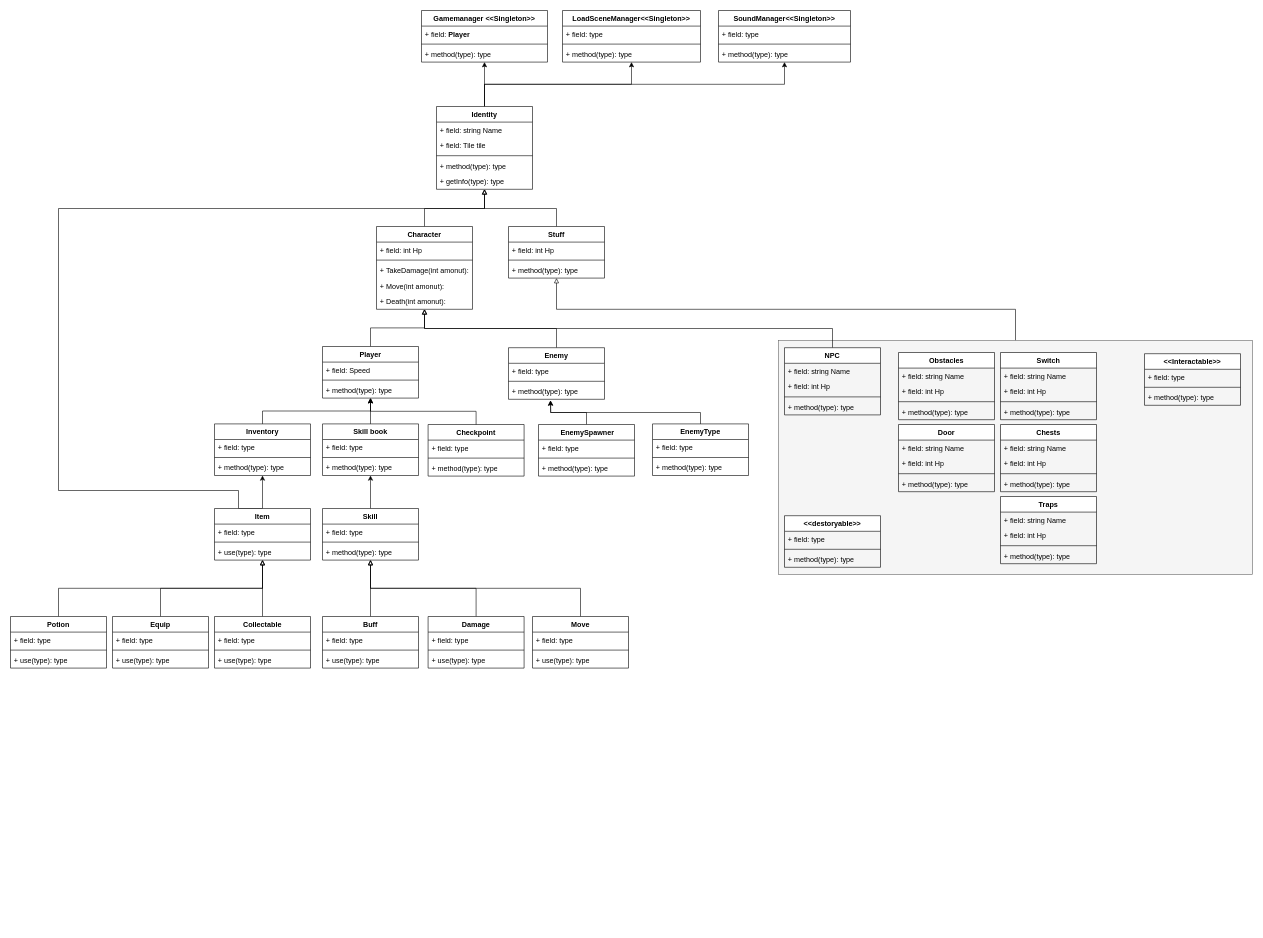
Above: MY RPG Diagram.drawio in Aeng-Dev-code/Fine-I-Am-OK-....But-you-Are-Doraemon (draw.io), before the change. Source tidied: cells renumbered, new cells numbered last; positions are measured from the earlier drawing's top-left corner, leaving out a move shared by most shapes. Both pictures are drawn from the tidied source at 60%, with x=0, y=0 at pixel (10, 10).
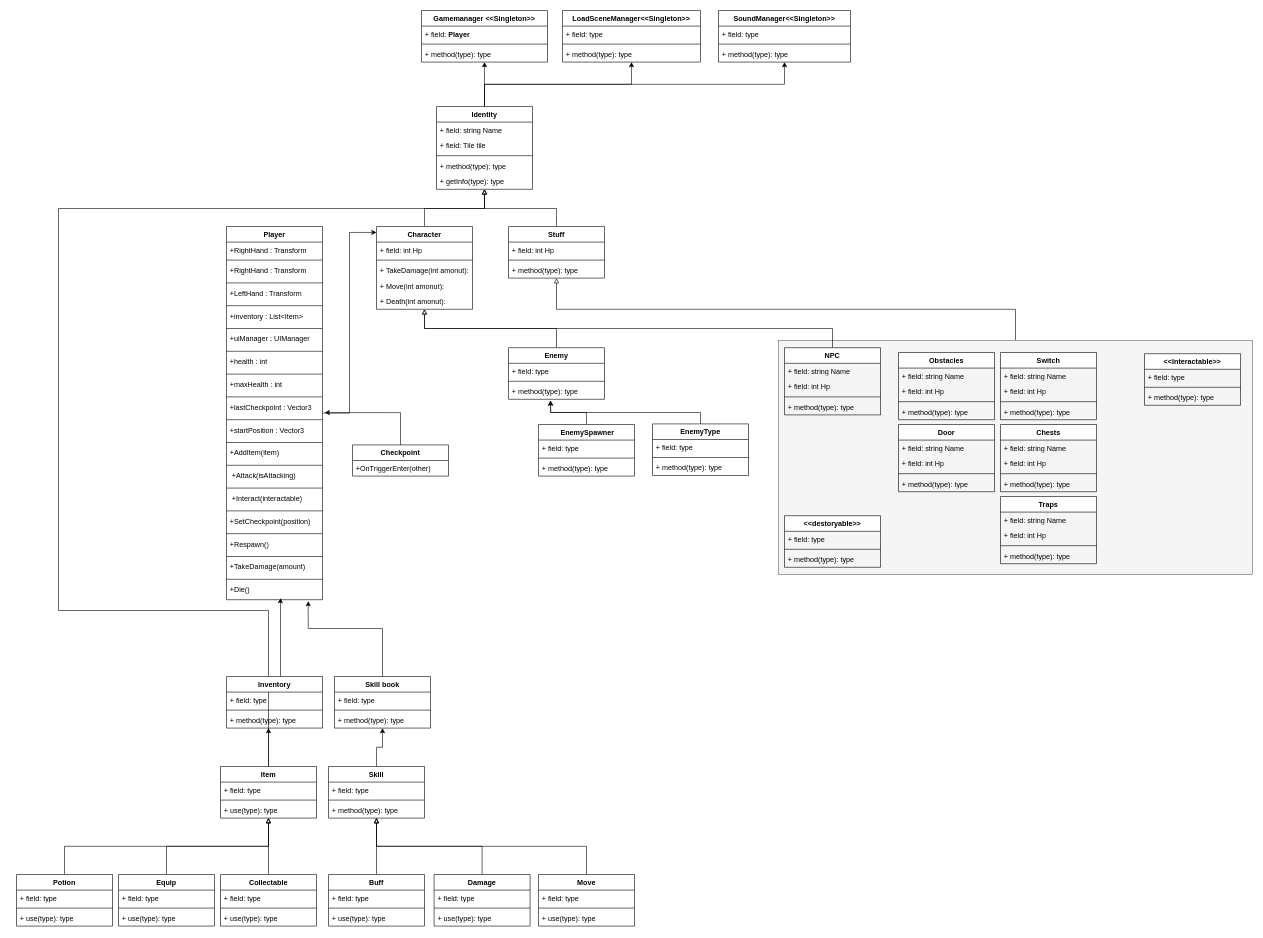
The same page after the edit.

Unchanged cells that the change refers to:
```xml
<mxCell id="15" value="Identity" style="swimlane;fontStyle=1;align=center;verticalAlign=top;horizontal=1;startSize=26;whiteSpace=wrap;html=1;" parent="1" vertex="1">
  <mxGeometry x="710" y="160" width="160" height="138" as="geometry" />
</mxCell>
<mxCell id="28" value="Character" style="swimlane;fontStyle=1;align=center;verticalAlign=top;horizontal=1;startSize=26;whiteSpace=wrap;html=1;" parent="1" vertex="1">
  <mxGeometry x="610" y="360" width="160" height="138" as="geometry" />
</mxCell>
```

The edit, as a diff of the source:
```diff
@@
-    <mxCell id="2" style="edgeStyle=orthogonalEdgeStyle;rounded=0;jettySize=auto;html=1;exitX=0.5;exitY=0;exitDx=0;exitDy=0;endArrow=block;endFill=0;" parent="1" edge="1" source="3" target="28">
-      <mxGeometry relative="1" as="geometry" />
-    </mxCell>
     <mxCell id="3" value="Player" style="swimlane;fontStyle=1;align=center;verticalAlign=top;horizontal=1;startSize=26;whiteSpace=wrap;html=1;" parent="1" vertex="1">
-      <mxGeometry x="520" y="560" width="160" height="86" as="geometry" />
+      <mxGeometry x="360" y="360" width="160" height="622" as="geometry" />
     </mxCell>
-    <mxCell id="4" value="+ field: Speed" style="text;strokeColor=none;fillColor=none;align=left;verticalAlign=top;spacingLeft=4;spacingRight=4;overflow=hidden;whiteSpace=wrap;html=1;" parent="3" vertex="1">
+    <mxCell id="4" value="+RightHand : Transform" style="text;strokeColor=none;fillColor=none;align=left;verticalAlign=top;spacingLeft=4;spacingRight=4;overflow=hidden;whiteSpace=wrap;html=1;" parent="3" vertex="1">
       <mxGeometry y="26" width="160" height="26" as="geometry" />
     </mxCell>
-    <mxCell id="5" style="line;strokeWidth=1;fillColor=none;align=left;verticalAlign=middle;spacingTop=-1;spacingLeft=3;spacingRight=3;labelPosition=right;strokeColor=inherit;" parent="3" vertex="1">
-      <mxGeometry y="52" width="160" height="8" as="geometry" />
-    </mxCell>
+    <mxCell id="153" style="line;strokeWidth=1;fillColor=none;align=left;verticalAlign=middle;spacingTop=-1;spacingLeft=3;spacingRight=3;labelPosition=right;strokeColor=inherit;" parent="3" vertex="1">
+      <mxGeometry y="52" width="160" height="8" as="geometry" />
+    </mxCell>
-    <mxCell id="6" value="+ method(type): type" style="text;strokeColor=none;fillColor=none;align=left;verticalAlign=top;spacingLeft=4;spacingRight=4;overflow=hidden;points=[[0,0.5],[1,0.5]];portConstraint=eastwest;whiteSpace=wrap;html=1;" parent="3" vertex="1">
-      <mxGeometry y="60" width="160" height="26" as="geometry" />
+    <mxCell id="6" value="&lt;div&gt;+RightHand : Transform&lt;/div&gt;&lt;div&gt;&lt;br&gt;&lt;/div&gt;" style="text;strokeColor=none;fillColor=none;align=left;verticalAlign=top;spacingLeft=4;spacingRight=4;overflow=hidden;points=[[0,0.5],[1,0.5]];portConstraint=eastwest;whiteSpace=wrap;html=1;" parent="3" vertex="1">
+      <mxGeometry y="60" width="160" height="30" as="geometry" />
     </mxCell>
+    <mxCell id="154" style="line;strokeWidth=1;fillColor=none;align=left;verticalAlign=middle;spacingTop=-1;spacingLeft=3;spacingRight=3;labelPosition=right;strokeColor=inherit;" parent="3" vertex="1">
+      <mxGeometry y="90" width="160" height="8" as="geometry" />
+    </mxCell>
+    <mxCell id="155" value="&lt;div&gt;+LeftHand : Transform&lt;/div&gt;&lt;div&gt;&lt;br&gt;&lt;/div&gt;" style="text;strokeColor=none;fillColor=none;align=left;verticalAlign=top;spacingLeft=4;spacingRight=4;overflow=hidden;whiteSpace=wrap;html=1;" parent="3" vertex="1">
+      <mxGeometry y="98" width="160" height="30" as="geometry" />
+    </mxCell>
+    <mxCell id="156" style="line;strokeWidth=1;fillColor=none;align=left;verticalAlign=middle;spacingTop=-1;spacingLeft=3;spacingRight=3;labelPosition=right;strokeColor=inherit;" parent="3" vertex="1">
+      <mxGeometry y="128" width="160" height="8" as="geometry" />
+    </mxCell>
+    <mxCell id="157" value="&lt;div&gt;+inventory : List&amp;lt;Item&amp;gt;&lt;/div&gt;&lt;div&gt;&lt;br&gt;&lt;/div&gt;" style="text;strokeColor=none;fillColor=none;align=left;verticalAlign=top;spacingLeft=4;spacingRight=4;overflow=hidden;whiteSpace=wrap;html=1;" parent="3" vertex="1">
+      <mxGeometry y="136" width="160" height="30" as="geometry" />
+    </mxCell>
+    <mxCell id="158" style="line;strokeWidth=1;fillColor=none;align=left;verticalAlign=middle;spacingTop=-1;spacingLeft=3;spacingRight=3;labelPosition=right;strokeColor=inherit;" parent="3" vertex="1">
+      <mxGeometry y="166" width="160" height="8" as="geometry" />
+    </mxCell>
+    <mxCell id="159" value="&lt;div&gt;+uiManager : UIManager&lt;/div&gt;&lt;div&gt;&lt;br&gt;&lt;/div&gt;" style="text;strokeColor=none;fillColor=none;align=left;verticalAlign=top;spacingLeft=4;spacingRight=4;overflow=hidden;whiteSpace=wrap;html=1;" parent="3" vertex="1">
+      <mxGeometry y="174" width="160" height="30" as="geometry" />
+    </mxCell>
+    <mxCell id="160" style="line;strokeWidth=1;fillColor=none;align=left;verticalAlign=middle;spacingTop=-1;spacingLeft=3;spacingRight=3;labelPosition=right;strokeColor=inherit;" parent="3" vertex="1">
+      <mxGeometry y="204" width="160" height="8" as="geometry" />
+    </mxCell>
+    <mxCell id="161" value="&lt;div&gt;+health : int&lt;/div&gt;&lt;div&gt;&lt;br&gt;&lt;/div&gt;" style="text;strokeColor=none;fillColor=none;align=left;verticalAlign=top;spacingLeft=4;spacingRight=4;overflow=hidden;whiteSpace=wrap;html=1;" parent="3" vertex="1">
+      <mxGeometry y="212" width="160" height="30" as="geometry" />
+    </mxCell>
+    <mxCell id="162" style="line;strokeWidth=1;fillColor=none;align=left;verticalAlign=middle;spacingTop=-1;spacingLeft=3;spacingRight=3;labelPosition=right;strokeColor=inherit;" parent="3" vertex="1">
+      <mxGeometry y="242" width="160" height="8" as="geometry" />
+    </mxCell>
+    <mxCell id="163" value="&lt;div&gt;+maxHealth : int&lt;/div&gt;&lt;div&gt;&lt;br&gt;&lt;/div&gt;" style="text;strokeColor=none;fillColor=none;align=left;verticalAlign=top;spacingLeft=4;spacingRight=4;overflow=hidden;whiteSpace=wrap;html=1;" parent="3" vertex="1">
+      <mxGeometry y="250" width="160" height="30" as="geometry" />
+    </mxCell>
+    <mxCell id="164" style="line;strokeWidth=1;fillColor=none;align=left;verticalAlign=middle;spacingTop=-1;spacingLeft=3;spacingRight=3;labelPosition=right;strokeColor=inherit;" parent="3" vertex="1">
+      <mxGeometry y="280" width="160" height="8" as="geometry" />
+    </mxCell>
+    <mxCell id="165" value="&lt;div&gt;+lastCheckpoint : Vector3&lt;/div&gt;&lt;div&gt;&lt;br&gt;&lt;/div&gt;" style="text;strokeColor=none;fillColor=none;align=left;verticalAlign=top;spacingLeft=4;spacingRight=4;overflow=hidden;points=[[0,0.5],[1,0.5]];portConstraint=eastwest;whiteSpace=wrap;html=1;" parent="3" vertex="1">
+      <mxGeometry y="288" width="160" height="30" as="geometry" />
+    </mxCell>
+    <mxCell id="166" style="line;strokeWidth=1;fillColor=none;align=left;verticalAlign=middle;spacingTop=-1;spacingLeft=3;spacingRight=3;labelPosition=right;strokeColor=inherit;" parent="3" vertex="1">
+      <mxGeometry y="318" width="160" height="8" as="geometry" />
+    </mxCell>
+    <mxCell id="167" value="&lt;div&gt;+startPosition : Vector3&lt;/div&gt;" style="text;strokeColor=none;fillColor=none;align=left;verticalAlign=top;spacingLeft=4;spacingRight=4;overflow=hidden;whiteSpace=wrap;html=1;" parent="3" vertex="1">
+      <mxGeometry y="326" width="160" height="30" as="geometry" />
+    </mxCell>
+    <mxCell id="168" style="line;strokeWidth=1;fillColor=none;align=left;verticalAlign=middle;spacingTop=-1;spacingLeft=3;spacingRight=3;labelPosition=right;strokeColor=inherit;" parent="3" vertex="1">
+      <mxGeometry y="356" width="160" height="8" as="geometry" />
+    </mxCell>
+    <mxCell id="169" value="&lt;div&gt;+AddItem(item)&lt;/div&gt;&lt;div&gt;&lt;br&gt;&lt;/div&gt;" style="text;strokeColor=none;fillColor=none;align=left;verticalAlign=top;spacingLeft=4;spacingRight=4;overflow=hidden;whiteSpace=wrap;html=1;" parent="3" vertex="1">
+      <mxGeometry y="364" width="160" height="30" as="geometry" />
+    </mxCell>
+    <mxCell id="170" style="line;strokeWidth=1;fillColor=none;align=left;verticalAlign=middle;spacingTop=-1;spacingLeft=3;spacingRight=3;labelPosition=right;strokeColor=inherit;" parent="3" vertex="1">
+      <mxGeometry y="394" width="160" height="8" as="geometry" />
+    </mxCell>
+    <mxCell id="171" value="&lt;div&gt;&amp;nbsp;+Attack(isAttacking)&lt;/div&gt;&lt;div&gt;&lt;br&gt;&lt;/div&gt;" style="text;strokeColor=none;fillColor=none;align=left;verticalAlign=top;spacingLeft=4;spacingRight=4;overflow=hidden;whiteSpace=wrap;html=1;" parent="3" vertex="1">
+      <mxGeometry y="402" width="160" height="30" as="geometry" />
+    </mxCell>
+    <mxCell id="172" style="line;strokeWidth=1;fillColor=none;align=left;verticalAlign=middle;spacingTop=-1;spacingLeft=3;spacingRight=3;labelPosition=right;strokeColor=inherit;" parent="3" vertex="1">
+      <mxGeometry y="432" width="160" height="8" as="geometry" />
+    </mxCell>
+    <mxCell id="173" value="&lt;div&gt;&amp;nbsp;+Interact(interactable)&lt;/div&gt;&lt;div&gt;&lt;br&gt;&lt;/div&gt;" style="text;strokeColor=none;fillColor=none;align=left;verticalAlign=top;spacingLeft=4;spacingRight=4;overflow=hidden;whiteSpace=wrap;html=1;" parent="3" vertex="1">
+      <mxGeometry y="440" width="160" height="30" as="geometry" />
+    </mxCell>
+    <mxCell id="174" style="line;strokeWidth=1;fillColor=none;align=left;verticalAlign=middle;spacingTop=-1;spacingLeft=3;spacingRight=3;labelPosition=right;strokeColor=inherit;" parent="3" vertex="1">
+      <mxGeometry y="470" width="160" height="8" as="geometry" />
+    </mxCell>
+    <mxCell id="175" value="&lt;div&gt;+SetCheckpoint(position)&lt;/div&gt;&lt;div&gt;&lt;br&gt;&lt;/div&gt;" style="text;strokeColor=none;fillColor=none;align=left;verticalAlign=top;spacingLeft=4;spacingRight=4;overflow=hidden;whiteSpace=wrap;html=1;" parent="3" vertex="1">
+      <mxGeometry y="478" width="160" height="30" as="geometry" />
+    </mxCell>
+    <mxCell id="176" style="line;strokeWidth=1;fillColor=none;align=left;verticalAlign=middle;spacingTop=-1;spacingLeft=3;spacingRight=3;labelPosition=right;strokeColor=inherit;" parent="3" vertex="1">
+      <mxGeometry y="508" width="160" height="8" as="geometry" />
+    </mxCell>
+    <mxCell id="177" value="&lt;div&gt;+Respawn()&lt;/div&gt;&lt;div&gt;&lt;br&gt;&lt;/div&gt;" style="text;strokeColor=none;fillColor=none;align=left;verticalAlign=top;spacingLeft=4;spacingRight=4;overflow=hidden;whiteSpace=wrap;html=1;" parent="3" vertex="1">
+      <mxGeometry y="516" width="160" height="30" as="geometry" />
+    </mxCell>
+    <mxCell id="178" style="line;strokeWidth=1;fillColor=none;align=left;verticalAlign=middle;spacingTop=-1;spacingLeft=3;spacingRight=3;labelPosition=right;strokeColor=inherit;" parent="3" vertex="1">
+      <mxGeometry y="546" width="160" height="8" as="geometry" />
+    </mxCell>
+    <mxCell id="179" value="&lt;div&gt;+TakeDamage(amount)&lt;/div&gt;&lt;div&gt;&lt;br&gt;&lt;/div&gt;" style="text;strokeColor=none;fillColor=none;align=left;verticalAlign=top;spacingLeft=4;spacingRight=4;overflow=hidden;whiteSpace=wrap;html=1;" parent="3" vertex="1">
+      <mxGeometry y="554" width="160" height="30" as="geometry" />
+    </mxCell>
+    <mxCell id="180" style="line;strokeWidth=1;fillColor=none;align=left;verticalAlign=middle;spacingTop=-1;spacingLeft=3;spacingRight=3;labelPosition=right;strokeColor=inherit;" parent="3" vertex="1">
+      <mxGeometry y="584" width="160" height="8" as="geometry" />
+    </mxCell>
+    <mxCell id="181" value="&lt;div&gt;+Die()&lt;/div&gt;" style="text;strokeColor=none;fillColor=none;align=left;verticalAlign=top;spacingLeft=4;spacingRight=4;overflow=hidden;points=[[0,0.5],[1,0.5]];portConstraint=eastwest;whiteSpace=wrap;html=1;" parent="3" vertex="1">
+      <mxGeometry y="592" width="160" height="30" as="geometry" />
+    </mxCell>
@@
     <mxCell id="21" style="edgeStyle=orthogonalEdgeStyle;rounded=0;jettySize=auto;html=1;exitX=0.5;exitY=0;exitDx=0;exitDy=0;" parent="1" edge="1" source="23" target="39">
-      <mxGeometry relative="1" as="geometry" />
+      <mxGeometry relative="1" as="geometry">
+        <Array as="points">
+          <mxPoint x="430" y="1110" />
+          <mxPoint x="430" y="1110" />
+        </Array>
+      </mxGeometry>
     </mxCell>
     <mxCell id="22" style="edgeStyle=orthogonalEdgeStyle;rounded=0;jettySize=auto;html=1;exitX=0.5;exitY=0;exitDx=0;exitDy=0;endArrow=block;endFill=0;" parent="1" edge="1" source="23" target="15">
       <mxGeometry relative="1" as="geometry">
         <Array as="points">
-          <mxPoint x="380" y="830" />
-          <mxPoint x="380" y="800" />
-          <mxPoint x="80" y="800" />
+          <mxPoint x="430" y="1000" />
+          <mxPoint x="80" y="1000" />
           <mxPoint x="80" y="330" />
           <mxPoint x="790" y="330" />
         </Array>
       </mxGeometry>
     </mxCell>
     <mxCell id="23" value="Item" style="swimlane;fontStyle=1;align=center;verticalAlign=top;horizontal=1;startSize=26;whiteSpace=wrap;html=1;" parent="1" vertex="1">
-      <mxGeometry x="340" y="830" width="160" height="86" as="geometry" />
+      <mxGeometry x="350" y="1260" width="160" height="86" as="geometry" />
     </mxCell>
@@
-    <mxCell id="38" style="edgeStyle=orthogonalEdgeStyle;rounded=0;jettySize=auto;html=1;exitX=0.5;exitY=0;exitDx=0;exitDy=0;" parent="1" edge="1" source="39" target="3">
-      <mxGeometry relative="1" as="geometry" />
-    </mxCell>
     <mxCell id="39" value="Inventory" style="swimlane;fontStyle=1;align=center;verticalAlign=top;horizontal=1;startSize=26;whiteSpace=wrap;html=1;" parent="1" vertex="1">
-      <mxGeometry x="340" y="689" width="160" height="86" as="geometry" />
+      <mxGeometry x="360" y="1110" width="160" height="86" as="geometry" />
     </mxCell>
@@
-    <mxCell id="43" style="edgeStyle=orthogonalEdgeStyle;rounded=0;jettySize=auto;html=1;exitX=0.5;exitY=0;exitDx=0;exitDy=0;" parent="1" edge="1" source="44" target="3">
-      <mxGeometry relative="1" as="geometry" />
-    </mxCell>
     <mxCell id="44" value="Skill book" style="swimlane;fontStyle=1;align=center;verticalAlign=top;horizontal=1;startSize=26;whiteSpace=wrap;html=1;" parent="1" vertex="1">
-      <mxGeometry x="520" y="689" width="160" height="86" as="geometry" />
+      <mxGeometry x="540" y="1110" width="160" height="86" as="geometry" />
     </mxCell>
@@
     <mxCell id="55" value="Skill" style="swimlane;fontStyle=1;align=center;verticalAlign=top;horizontal=1;startSize=26;whiteSpace=wrap;html=1;" parent="1" vertex="1">
-      <mxGeometry x="520" y="830" width="160" height="86" as="geometry" />
+      <mxGeometry x="530" y="1260" width="160" height="86" as="geometry" />
     </mxCell>
@@
     <mxCell id="69" value="Potion" style="swimlane;fontStyle=1;align=center;verticalAlign=top;horizontal=1;startSize=26;whiteSpace=wrap;html=1;" parent="1" vertex="1">
-      <mxGeometry y="1010" width="160" height="86" as="geometry" />
+      <mxGeometry x="10" y="1440" width="160" height="86" as="geometry" />
     </mxCell>
@@
     <mxCell id="74" value="Equip" style="swimlane;fontStyle=1;align=center;verticalAlign=top;horizontal=1;startSize=26;whiteSpace=wrap;html=1;" parent="1" vertex="1">
-      <mxGeometry x="170" y="1010" width="160" height="86" as="geometry" />
+      <mxGeometry x="180" y="1440" width="160" height="86" as="geometry" />
     </mxCell>
@@
     <mxCell id="83" value="Collectable" style="swimlane;fontStyle=1;align=center;verticalAlign=top;horizontal=1;startSize=26;whiteSpace=wrap;html=1;" parent="1" vertex="1">
-      <mxGeometry x="340" y="1010" width="160" height="86" as="geometry" />
+      <mxGeometry x="350" y="1440" width="160" height="86" as="geometry" />
     </mxCell>
@@
     <mxCell id="88" value="Buff" style="swimlane;fontStyle=1;align=center;verticalAlign=top;horizontal=1;startSize=26;whiteSpace=wrap;html=1;" parent="1" vertex="1">
-      <mxGeometry x="520" y="1010" width="160" height="86" as="geometry" />
+      <mxGeometry x="530" y="1440" width="160" height="86" as="geometry" />
     </mxCell>
@@
     <mxCell id="98" value="Damage" style="swimlane;fontStyle=1;align=center;verticalAlign=top;horizontal=1;startSize=26;whiteSpace=wrap;html=1;" parent="1" vertex="1">
-      <mxGeometry x="696" y="1010" width="160" height="86" as="geometry" />
+      <mxGeometry x="706" y="1440" width="160" height="86" as="geometry" />
     </mxCell>
@@
     <mxCell id="103" value="Move" style="swimlane;fontStyle=1;align=center;verticalAlign=top;horizontal=1;startSize=26;whiteSpace=wrap;html=1;" parent="1" vertex="1">
-      <mxGeometry x="870" y="1010" width="160" height="86" as="geometry" />
+      <mxGeometry x="880" y="1440" width="160" height="86" as="geometry" />
     </mxCell>
@@
     <mxCell id="138" value="Checkpoint" style="swimlane;fontStyle=1;align=center;verticalAlign=top;horizontal=1;startSize=26;whiteSpace=wrap;html=1;" parent="1" vertex="1">
-      <mxGeometry x="696" y="690" width="160" height="86" as="geometry" />
+      <mxGeometry x="570" y="724" width="160" height="52" as="geometry" />
     </mxCell>
-    <mxCell id="139" value="+ field: type" style="text;strokeColor=none;fillColor=none;align=left;verticalAlign=top;spacingLeft=4;spacingRight=4;overflow=hidden;whiteSpace=wrap;html=1;" parent="138" vertex="1">
+    <mxCell id="139" value="+OnTriggerEnter(other)" style="text;strokeColor=none;fillColor=none;align=left;verticalAlign=top;spacingLeft=4;spacingRight=4;overflow=hidden;whiteSpace=wrap;html=1;" parent="138" vertex="1">
       <mxGeometry y="26" width="160" height="26" as="geometry" />
     </mxCell>
-    <mxCell id="140" style="line;strokeWidth=1;fillColor=none;align=left;verticalAlign=middle;spacingTop=-1;spacingLeft=3;spacingRight=3;labelPosition=right;strokeColor=inherit;" parent="138" vertex="1">
-      <mxGeometry y="52" width="160" height="8" as="geometry" />
-    </mxCell>
-    <mxCell id="141" value="+ method(type): type" style="text;strokeColor=none;fillColor=none;align=left;verticalAlign=top;spacingLeft=4;spacingRight=4;overflow=hidden;whiteSpace=wrap;html=1;" parent="138" vertex="1">
-      <mxGeometry y="60" width="160" height="26" as="geometry" />
-    </mxCell>
-    <mxCell id="142" style="edgeStyle=orthogonalEdgeStyle;rounded=0;jettySize=auto;html=1;entryX=0.5;entryY=1.011;entryDx=0;entryDy=0;entryPerimeter=0;" parent="1" edge="1" source="138" target="6">
-      <mxGeometry relative="1" as="geometry" />
-    </mxCell>
@@
+    <mxCell id="2" style="edgeStyle=orthogonalEdgeStyle;rounded=0;jettySize=auto;html=1;entryX=0;entryY=0.072;entryDx=0;entryDy=0;entryPerimeter=0;" parent="1" edge="1" source="3" target="28">
+      <mxGeometry relative="1" as="geometry" />
+    </mxCell>
+    <mxCell id="182" style="edgeStyle=orthogonalEdgeStyle;rounded=0;jettySize=auto;html=1;entryX=0.565;entryY=0.913;entryDx=0;entryDy=0;entryPerimeter=0;" parent="1" edge="1" target="181">
+      <mxGeometry relative="1" as="geometry">
+        <mxPoint x="450" y="1110" as="sourcePoint" />
+        <Array as="points">
+          <mxPoint x="450" y="984" />
+          <mxPoint x="450" y="984" />
+        </Array>
+      </mxGeometry>
+    </mxCell>
+    <mxCell id="183" style="edgeStyle=orthogonalEdgeStyle;rounded=0;jettySize=auto;html=1;entryX=0.851;entryY=1.078;entryDx=0;entryDy=0;entryPerimeter=0;" parent="1" edge="1" source="44" target="181">
+      <mxGeometry relative="1" as="geometry">
+        <Array as="points">
+          <mxPoint x="620" y="1030" />
+          <mxPoint x="496" y="1030" />
+        </Array>
+      </mxGeometry>
+    </mxCell>
+    <mxCell id="184" style="edgeStyle=orthogonalEdgeStyle;rounded=0;jettySize=auto;html=1;entryX=1.023;entryY=0.739;entryDx=0;entryDy=0;entryPerimeter=0;" parent="1" edge="1" source="138" target="165">
+      <mxGeometry relative="1" as="geometry" />
+    </mxCell>
```
